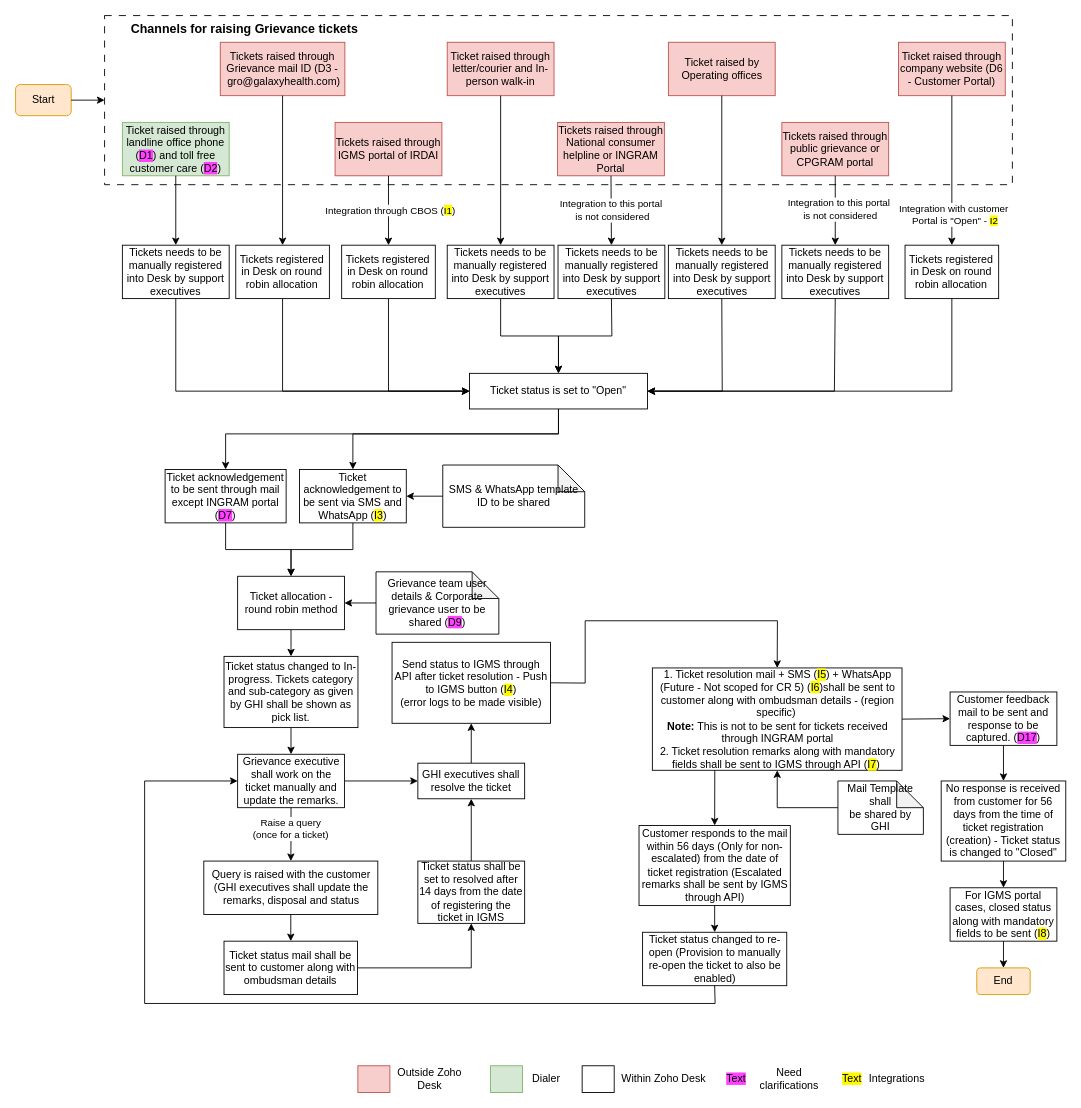
The draw.io diagram Grievance management.drawio in shaileshsreedar/Galaxy, before the edit. Source tidied: cells renumbered, new cells numbered last; positions are measured from the earlier drawing's top-left corner, leaving out a move shared by most shapes. Both pictures are drawn from the tidied source at 89%, with x=0, y=0 at pixel (15, 15).
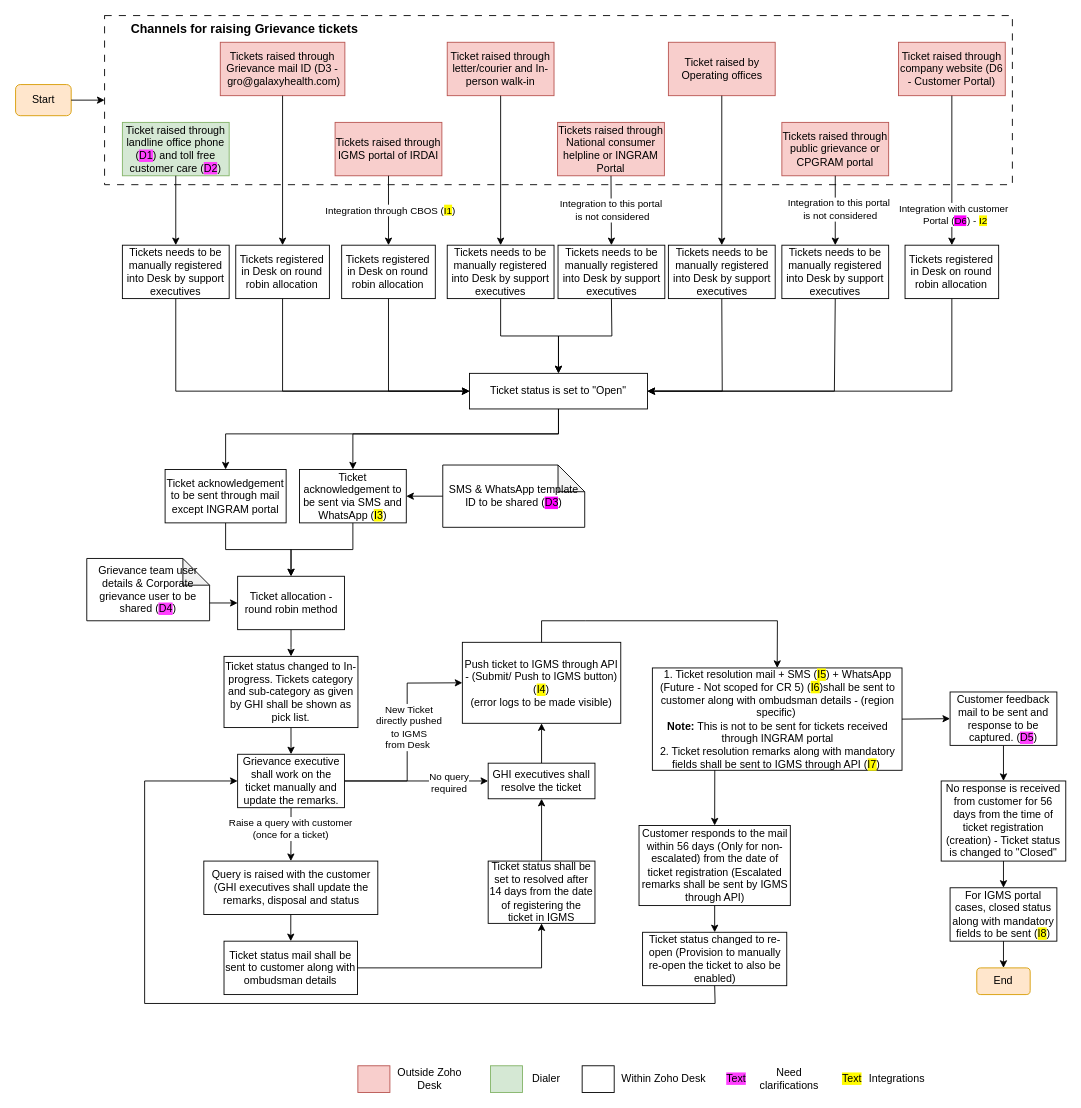
After the change.

The change refers to these unchanged cells:
```xml
<mxCell id="37" style="endArrow=classic;html=1;rounded=0;exitX=0.5;exitY=1;exitDx=0;exitDy=0;entryX=0.5;entryY=0;entryDx=0;entryDy=0;" parent="1" edge="1" source="12" target="36">
  <mxGeometry relative="1" as="geometry" />
</mxCell>
<mxCell id="56" value="Ticket allocation - round robin method" style="rounded=0;whiteSpace=wrap;html=1;" parent="1" vertex="1">
  <mxGeometry x="249.5" y="630" width="120" height="60" as="geometry" />
</mxCell>
<mxCell id="61" style="edgeStyle=orthogonalEdgeStyle;rounded=0;jettySize=auto;html=1;exitX=1;exitY=0.5;exitDx=0;exitDy=0;" parent="1" edge="1" source="64" target="66">
  <mxGeometry relative="1" as="geometry" />
</mxCell>
<mxCell id="62" style="edgeStyle=orthogonalEdgeStyle;rounded=0;jettySize=auto;html=1;exitX=0.5;exitY=1;exitDx=0;exitDy=0;" parent="1" edge="1" source="64" target="70">
  <mxGeometry relative="1" as="geometry" />
</mxCell>
<mxCell id="64" value="Grievance executive shall work on the ticket manually and update the remarks." style="rounded=0;whiteSpace=wrap;html=1;" parent="1" vertex="1">
  <mxGeometry x="249.5" y="830" width="120" height="60" as="geometry" />
</mxCell>
<mxCell id="67" value="1. Ticket resolution mail + SMS (&lt;span style=&quot;background-color: rgb(255, 251, 0);&quot;&gt;I5&lt;/span&gt;) + WhatsApp (Future - Not scoped for CR 5) (&lt;span style=&quot;background-color: rgb(255, 251, 0);&quot;&gt;I6&lt;/span&gt;)shall be sent to customer along with ombudsman details - (region specific)&amp;nbsp;&lt;div&gt;&lt;b&gt;Note:&lt;/b&gt; This is not to be sent for tickets received through INGRAM portal&lt;br&gt;&lt;div&gt;2. Ticket resolution remarks along with mandatory fields shall be sent to IGMS through API (&lt;span style=&quot;background-color: rgb(255, 251, 0);&quot;&gt;I7&lt;/span&gt;)&amp;nbsp;&lt;br&gt;&lt;/div&gt;&lt;/div&gt;" style="rounded=0;whiteSpace=wrap;html=1;" parent="1" vertex="1">
  <mxGeometry x="715.5" y="733" width="280.5" height="115" as="geometry" />
</mxCell>
<mxCell id="71" value="Ticket status mail shall be sent to customer along with ombudsman details" style="rounded=0;whiteSpace=wrap;html=1;" parent="1" vertex="1">
  <mxGeometry x="234.2" y="1040" width="150" height="60" as="geometry" />
</mxCell>
```

The edit, as a diff of the source:
```diff
@@
-    <mxCell id="38" value="Integration with customer&lt;div&gt;&lt;span style=&quot;background-color: rgb(255, 255, 255);&quot;&gt;&amp;nbsp;Portal is&amp;nbsp;&lt;/span&gt;&quot;Open&quot; - &lt;span style=&quot;background-color: rgb(255, 251, 0);&quot;&gt;I2&lt;/span&gt;&lt;/div&gt;" style="edgeLabel;html=1;align=center;verticalAlign=middle;" parent="37" vertex="1">
+    <mxCell id="38" value="Integration with customer&lt;div&gt;&lt;span style=&quot;background-color: rgb(255, 255, 255);&quot;&gt;&amp;nbsp;Portal (&lt;/span&gt;&lt;span style=&quot;background-color: rgb(255, 0, 255);&quot;&gt;D6&lt;/span&gt;&lt;span style=&quot;background-color: rgb(255, 255, 255);&quot;&gt;)&amp;nbsp;&lt;/span&gt;- &lt;span style=&quot;background-color: rgb(255, 251, 0);&quot;&gt;I2&lt;/span&gt;&lt;/div&gt;" style="edgeLabel;html=1;align=center;verticalAlign=middle;" parent="37" vertex="1">
       <mxGeometry x="0.57" y="1" relative="1" as="geometry">
         <mxPoint y="1" as="offset" />
       </mxGeometry>
     </mxCell>
@@
-    <mxCell id="49" value="Ticket acknowledgement to be sent through mail except INGRAM portal (&lt;span style=&quot;background-color: rgb(255, 64, 255);&quot;&gt;D7&lt;/span&gt;)" style="rounded=0;whiteSpace=wrap;html=1;" parent="1" vertex="1">
+    <mxCell id="49" value="Ticket acknowledgement to be sent through mail except INGRAM portal" style="rounded=0;whiteSpace=wrap;html=1;" parent="1" vertex="1">
       <mxGeometry x="168" y="510" width="136" height="60" as="geometry" />
     </mxCell>
@@
-    <mxCell id="52" value="SMS &amp;amp; WhatsApp template ID to be shared" style="shape=note;whiteSpace=wrap;html=1;backgroundOutline=1;darkOpacity=0.05;" parent="1" vertex="1">
+    <mxCell id="52" value="SMS &amp;amp; WhatsApp template ID to be shared (&lt;span style=&quot;background-color: rgb(255, 0, 255);&quot;&gt;D3&lt;/span&gt;)" style="shape=note;whiteSpace=wrap;html=1;backgroundOutline=1;darkOpacity=0.05;" parent="1" vertex="1">
       <mxGeometry x="480" y="505" width="159.5" height="70" as="geometry" />
     </mxCell>
@@
-    <mxCell id="57" style="edgeStyle=orthogonalEdgeStyle;rounded=0;jettySize=auto;html=1;exitX=0;exitY=0.5;exitDx=0;exitDy=0;exitPerimeter=0;entryX=1;entryY=0.5;entryDx=0;entryDy=0;" parent="1" edge="1" source="58" target="56">
-      <mxGeometry relative="1" as="geometry" />
-    </mxCell>
-    <mxCell id="58" value="Grievance team user details &amp;amp; Corporate grievance user to be shared (&lt;span style=&quot;background-color: rgb(255, 64, 255);&quot;&gt;D9&lt;/span&gt;)" style="shape=note;whiteSpace=wrap;html=1;backgroundOutline=1;darkOpacity=0.05;" parent="1" vertex="1">
-      <mxGeometry x="405" y="625" width="138" height="70" as="geometry" />
+    <mxCell id="58" value="Grievance team user details &amp;amp; Corporate grievance user to be shared (&lt;span style=&quot;background-color: rgb(255, 64, 255);&quot;&gt;D4&lt;/span&gt;)" style="shape=note;whiteSpace=wrap;html=1;backgroundOutline=1;darkOpacity=0.05;" parent="1" vertex="1">
+      <mxGeometry x="80" y="610" width="138" height="70" as="geometry" />
     </mxCell>
@@
+    <mxCell id="96" value="No query&lt;div&gt;required&lt;/div&gt;" style="edgeLabel;html=1;align=center;verticalAlign=middle;" parent="61" vertex="1">
+      <mxGeometry x="-0.19" y="-1" relative="1" as="geometry">
+        <mxPoint x="52" as="offset" />
+      </mxGeometry>
+    </mxCell>
@@
-    <mxCell id="63" value="Raise a query&lt;div&gt;(once for a ticket)&lt;/div&gt;" style="edgeLabel;html=1;align=center;verticalAlign=middle;" parent="62" vertex="1">
+    <mxCell id="63" value="Raise a query with customer&lt;div&gt;(once for a ticket)&lt;/div&gt;" style="edgeLabel;html=1;align=center;verticalAlign=middle;" parent="62" vertex="1">
       <mxGeometry x="-0.25" y="-1" relative="1" as="geometry" />
     </mxCell>
@@
     <mxCell id="66" value="GHI executives shall resolve the ticket" style="rounded=0;whiteSpace=wrap;html=1;" parent="1" vertex="1">
-      <mxGeometry x="452" y="840" width="120" height="40" as="geometry" />
+      <mxGeometry x="531" y="840" width="120" height="40" as="geometry" />
     </mxCell>
@@
-    <mxCell id="68" style="edgeStyle=orthogonalEdgeStyle;rounded=0;jettySize=auto;html=1;exitX=0;exitY=0.5;exitDx=0;exitDy=0;exitPerimeter=0;" parent="1" edge="1" source="69" target="67">
-      <mxGeometry relative="1" as="geometry" />
-    </mxCell>
-    <mxCell id="69" value="Mail Template shall&lt;div&gt;be shared by GHI&lt;/div&gt;" style="shape=note;whiteSpace=wrap;html=1;backgroundOutline=1;darkOpacity=0.05;" parent="1" vertex="1">
-      <mxGeometry x="924" y="860" width="96" height="60" as="geometry" />
-    </mxCell>
@@
     <mxCell id="73" value="Ticket status shall be set to resolved after 14 days from the date of registering the ticket in IGMS" style="rounded=0;whiteSpace=wrap;html=1;" parent="1" vertex="1">
-      <mxGeometry x="452" y="950" width="120" height="70" as="geometry" />
+      <mxGeometry x="531" y="950" width="120" height="70" as="geometry" />
     </mxCell>
@@
-    <mxCell id="76" value="Customer feedback mail to be sent and response to be captured. (&lt;span style=&quot;background-color: rgb(255, 64, 255);&quot;&gt;D17&lt;/span&gt;)" style="rounded=0;whiteSpace=wrap;html=1;" parent="1" vertex="1">
+    <mxCell id="76" value="Customer feedback mail to be sent and response to be captured. (&lt;span style=&quot;background-color: rgb(255, 64, 255);&quot;&gt;D5&lt;/span&gt;)" style="rounded=0;whiteSpace=wrap;html=1;" parent="1" vertex="1">
       <mxGeometry x="1050" y="760" width="120" height="60" as="geometry" />
     </mxCell>
@@
     <mxCell id="78" style="endArrow=classic;html=1;rounded=0;exitX=1;exitY=0.5;exitDx=0;exitDy=0;entryX=0.5;entryY=1;entryDx=0;entryDy=0;" parent="1" edge="1" source="71" target="73">
       <mxGeometry relative="1" as="geometry">
         <Array as="points">
-          <mxPoint x="512" y="1070" />
+          <mxPoint x="591" y="1070" />
         </Array>
       </mxGeometry>
     </mxCell>
@@
-    <mxCell id="84" value="Send status to IGMS through API after ticket resolution - Push to IGMS button (&lt;span style=&quot;background-color: rgb(255, 251, 0);&quot;&gt;I4&lt;/span&gt;)&lt;div&gt;(error logs to be made visible)&lt;/div&gt;" style="rounded=0;whiteSpace=wrap;html=1;" parent="1" vertex="1">
-      <mxGeometry x="423" y="704.2" width="178" height="91" as="geometry" />
+    <mxCell id="84" value="Push ticket to IGMS through API - (Submit/ Push to IGMS button) (&lt;span style=&quot;background-color: rgb(255, 251, 0);&quot;&gt;I4&lt;/span&gt;)&lt;div&gt;(error logs to be made visible)&lt;/div&gt;" style="rounded=0;whiteSpace=wrap;html=1;" parent="1" vertex="1">
+      <mxGeometry x="502" y="704.2" width="178" height="91" as="geometry" />
     </mxCell>
@@
-    <mxCell id="86" style="endArrow=classic;html=1;rounded=0;exitX=1;exitY=0.5;exitDx=0;exitDy=0;entryX=0.5;entryY=0;entryDx=0;entryDy=0;" parent="1" edge="1" source="84" target="67">
+    <mxCell id="86" style="endArrow=classic;html=1;rounded=0;exitX=0.5;exitY=0;exitDx=0;exitDy=0;entryX=0.5;entryY=0;entryDx=0;entryDy=0;" parent="1" edge="1" source="84" target="67">
       <mxGeometry relative="1" as="geometry">
         <Array as="points">
-          <mxPoint x="640" y="750" />
+          <mxPoint x="591" y="680" />
           <mxPoint x="640" y="680" />
           <mxPoint x="856" y="680" />
         </Array>
       </mxGeometry>
     </mxCell>
@@
+    <mxCell id="57" style="endArrow=classic;html=1;rounded=0;exitX=0;exitY=0;exitDx=138;exitDy=50;exitPerimeter=0;entryX=0;entryY=0.5;entryDx=0;entryDy=0;" parent="1" edge="1" source="58" target="56">
+      <mxGeometry relative="1" as="geometry" />
+    </mxCell>
+    <mxCell id="97" style="endArrow=classic;html=1;rounded=0;exitX=1;exitY=0.5;exitDx=0;exitDy=0;entryX=0;entryY=0.5;entryDx=0;entryDy=0;" parent="1" edge="1" source="64" target="84">
+      <mxGeometry relative="1" as="geometry">
+        <Array as="points">
+          <mxPoint x="440" y="860" />
+          <mxPoint x="440" y="750" />
+        </Array>
+      </mxGeometry>
+    </mxCell>
+    <mxCell id="98" value="New Ticket&lt;div&gt;directly pushed&lt;/div&gt;&lt;div&gt;to IGMS&lt;/div&gt;&lt;div&gt;from Desk&amp;nbsp;&lt;/div&gt;" style="edgeLabel;html=1;align=center;verticalAlign=middle;" parent="97" vertex="1">
+      <mxGeometry x="-0.08" y="-1" relative="1" as="geometry">
+        <mxPoint y="-19" as="offset" />
+      </mxGeometry>
+    </mxCell>
```
